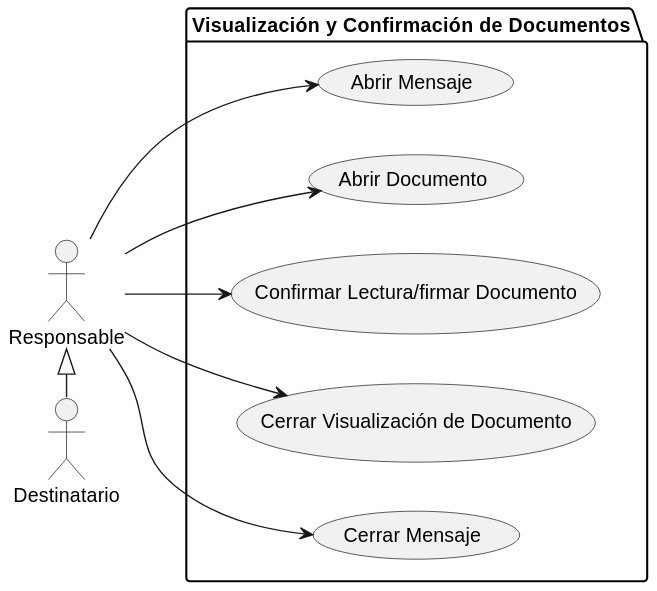
Before: docs/casosDeUso/diagramaCasosDeUso/visualizacionConfirmacionDocumentos/visualizacionConfirmacionDocumentos.svg, a diagram exported from PlantUML (mmasias/24-25-IdSw1-SDR). Source of this version:
```plantuml
@startuml
left to right direction
actor "Responsable" as Responsable
actor "Destinatario" as Destinatario

package "Visualización y Confirmación de Documentos" {
    usecase "Abrir Mensaje" as VCD1
    usecase "Abrir Documento" as VCD2
    usecase "Confirmar Lectura/firmar Documento" as VCD3
    usecase "Cerrar Visualización de Documento" as VCD4
    usecase "Cerrar Mensaje" as VCD5
}

Responsable <|- Destinatario
Responsable --> VCD1
Responsable --> VCD2
Responsable --> VCD3
Responsable --> VCD4
Responsable --> VCD5
@enduml
```
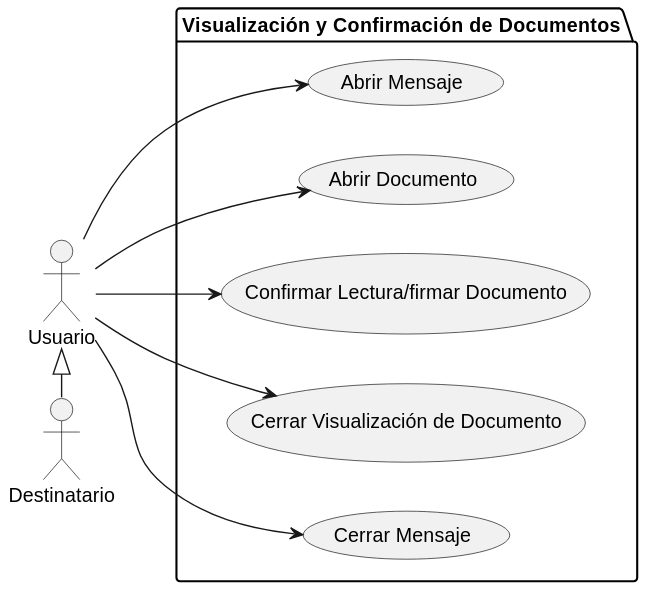
Later version of the same file.

Commit message:
FIX/ cambiar responsable a usuario

Change to the diagram source:
```diff
@@ -1,6 +1,6 @@
 @startuml
 left to right direction
-actor "Responsable" as Responsable
+actor "Usuario" as Usuario
 actor "Destinatario" as Destinatario
 
 package "Visualización y Confirmación de Documentos" {
@@ -11,10 +11,10 @@
     usecase "Cerrar Mensaje" as VCD5
 }
 
-Responsable <|- Destinatario
-Responsable --> VCD1
-Responsable --> VCD2
-Responsable --> VCD3
-Responsable --> VCD4
-Responsable --> VCD5
+Usuario <|- Destinatario
+Usuario --> VCD1
+Usuario --> VCD2
+Usuario --> VCD3
+Usuario --> VCD4
+Usuario --> VCD5
 @enduml
```
